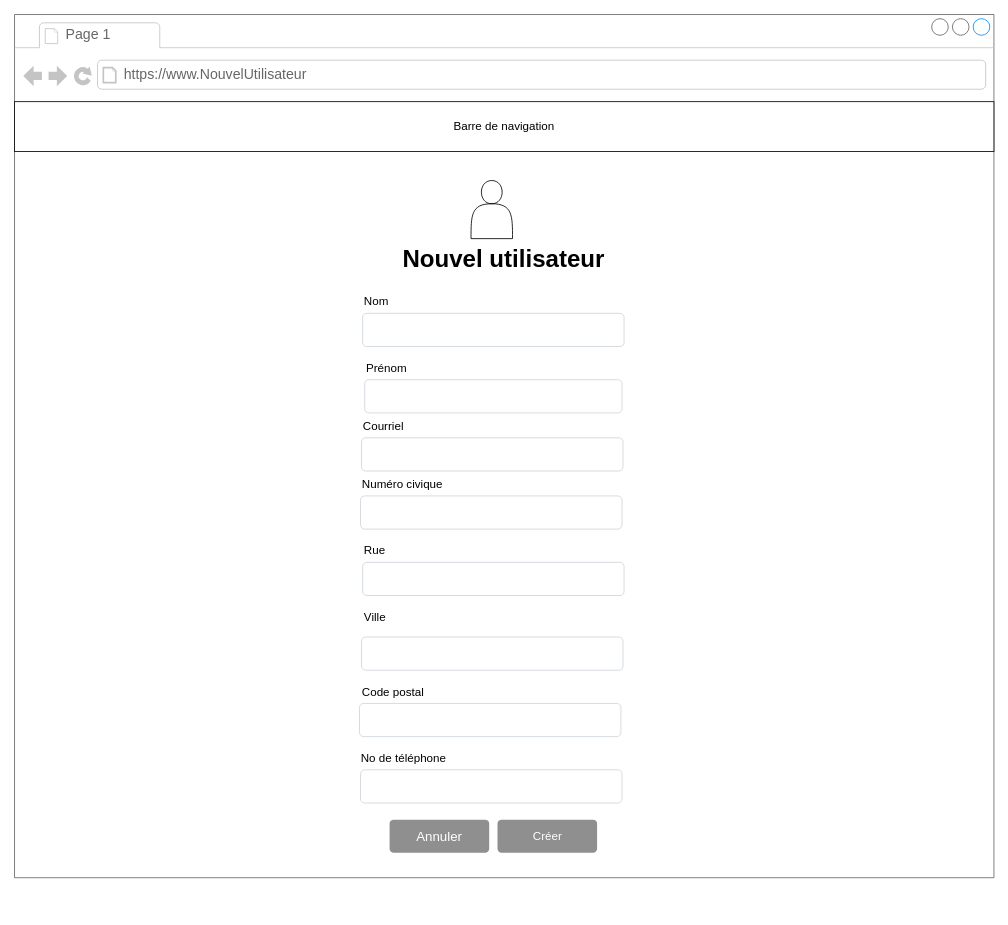
Feelschevreuil/vlisside-Survivor keeps this draw.io diagram as org/diagrammes/wireframes/creer-profil/desktop.drawio. Above is the earlier version. Source tidied: cells renumbered, new cells numbered last; positions are measured from the earlier drawing's top-left corner, leaving out a move shared by most shapes. Both pictures are drawn from the tidied source at 83%, with x=0, y=0 at pixel (14, 14).
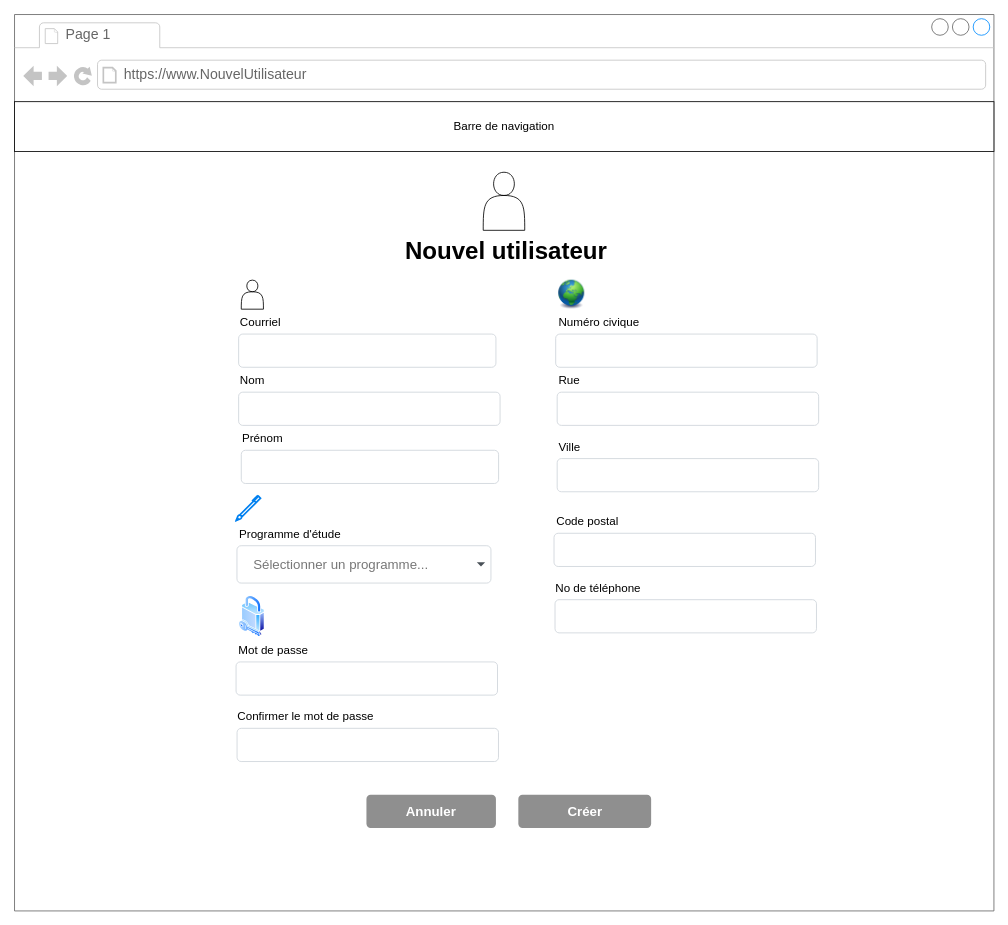
After the change.

The edit, as a diff of the source:
```diff
@@
     <mxCell id="2" style="strokeWidth=1;shadow=0;dashed=0;align=center;html=1;shape=mxgraph.mockup.containers.browserWindow;rSize=0;strokeColor=#666666;strokeColor2=#008cff;strokeColor3=#c4c4c4;mainText=,;" parent="1" vertex="1">
-      <mxGeometry width="1180" height="1040" as="geometry" />
+      <mxGeometry width="1180" height="1080" as="geometry" />
     </mxCell>
@@
     <mxCell id="6" value="Nom" style="fillColor=none;strokeColor=none;align=left;fontSize=14;" parent="2" vertex="1">
-      <mxGeometry x="419.4" y="330" width="100" height="30" as="geometry" />
+      <mxGeometry x="270" y="425" width="100" height="30" as="geometry" />
     </mxCell>
-    <mxCell id="7" style="html=1;shadow=0;dashed=0;shape=mxgraph.bootstrap.rrect;rSize=5;fillColor=#ffffff;strokeColor=#CED4DA;align=left;spacing=15;fontSize=14;fontColor=#6C767D;" parent="2" vertex="1">
-      <mxGeometry x="421.9" y="440" width="310" height="40" as="geometry" />
-    </mxCell>
+    <mxCell id="26" style="html=1;shadow=0;dashed=0;shape=mxgraph.bootstrap.rrect;rSize=5;fillColor=#ffffff;strokeColor=#CED4DA;align=left;spacing=15;fontSize=14;fontColor=#6C767D;" parent="2" vertex="1">
+      <mxGeometry x="273.2" y="525" width="310" height="40" as="geometry" />
+    </mxCell>
     <mxCell id="8" value="Prénom" style="fillColor=none;strokeColor=none;align=left;fontSize=14;" parent="2" vertex="1">
-      <mxGeometry x="421.9" y="410" width="100" height="30" as="geometry" />
+      <mxGeometry x="272.5" y="495" width="100" height="30" as="geometry" />
     </mxCell>
-    <mxCell id="9" style="html=1;shadow=0;dashed=0;shape=mxgraph.bootstrap.rrect;rSize=5;fillColor=#ffffff;strokeColor=#CED4DA;align=left;spacing=15;fontSize=14;fontColor=#6C767D;" parent="2" vertex="1">
-      <mxGeometry x="419.4" y="360" width="315" height="40" as="geometry" />
-    </mxCell>
+    <mxCell id="27" style="html=1;shadow=0;dashed=0;shape=mxgraph.bootstrap.rrect;rSize=5;fillColor=#ffffff;strokeColor=#CED4DA;align=left;spacing=15;fontSize=14;fontColor=#6C767D;" parent="2" vertex="1">
+      <mxGeometry x="270" y="455" width="315" height="40" as="geometry" />
+    </mxCell>
-    <mxCell id="10" value="Créer" style="html=1;shadow=0;dashed=0;shape=mxgraph.bootstrap.rrect;rSize=5;fillColor=#8F8F8F;strokeColor=none;align=center;spacing=15;fontSize=14;fontColor=#ffffff;" parent="2" vertex="1">
-      <mxGeometry x="581.9" y="970" width="120" height="40" as="geometry" />
+    <mxCell id="10" value="Créer" style="html=1;shadow=0;dashed=0;shape=mxgraph.bootstrap.rrect;rSize=5;fillColor=#8F8F8F;strokeColor=none;align=center;spacing=15;fontSize=16;fontColor=#ffffff;fontStyle=1;" parent="2" vertex="1">
+      <mxGeometry x="607" y="940" width="160" height="40" as="geometry" />
     </mxCell>
     <mxCell id="11" value="Ville" style="fillColor=none;strokeColor=none;align=left;fontSize=14;" parent="2" vertex="1">
-      <mxGeometry x="419.4" y="710" width="100" height="30" as="geometry" />
+      <mxGeometry x="653.8" y="505" width="100" height="30" as="geometry" />
     </mxCell>
     <mxCell id="12" value="&lt;font size=&quot;1&quot; style=&quot;&quot;&gt;&lt;b style=&quot;font-size: 29px;&quot;&gt;Nouvel utilisateur&lt;/b&gt;&lt;/font&gt;" style="text;html=1;align=center;verticalAlign=middle;strokeColor=none;fillColor=none;fontSize=14;" parent="2" vertex="1">
-      <mxGeometry x="453.8" y="270" width="270" height="50" as="geometry" />
+      <mxGeometry x="457.4" y="260" width="270" height="50" as="geometry" />
     </mxCell>
-    <mxCell id="13" style="html=1;shadow=0;dashed=0;shape=mxgraph.bootstrap.rrect;rSize=5;fillColor=#ffffff;strokeColor=#CED4DA;align=left;spacing=15;fontSize=14;fontColor=#6C767D;" parent="2" vertex="1">
-      <mxGeometry x="416.9" y="580" width="315" height="40" as="geometry" />
-    </mxCell>
+    <mxCell id="28" style="html=1;shadow=0;dashed=0;shape=mxgraph.bootstrap.rrect;rSize=5;fillColor=#ffffff;strokeColor=#CED4DA;align=left;spacing=15;fontSize=14;fontColor=#6C767D;" parent="2" vertex="1">
+      <mxGeometry x="652" y="385" width="315" height="40" as="geometry" />
+    </mxCell>
     <mxCell id="14" value="Numéro civique" style="fillColor=none;strokeColor=none;align=left;fontSize=14;" parent="2" vertex="1">
-      <mxGeometry x="416.9" y="550" width="100" height="30" as="geometry" />
+      <mxGeometry x="653.8" y="355" width="100" height="30" as="geometry" />
     </mxCell>
-    <mxCell id="15" style="html=1;shadow=0;dashed=0;shape=mxgraph.bootstrap.rrect;rSize=5;fillColor=#ffffff;strokeColor=#CED4DA;align=left;spacing=15;fontSize=14;fontColor=#6C767D;" parent="2" vertex="1">
-      <mxGeometry x="419.4" y="660" width="315" height="40" as="geometry" />
-    </mxCell>
+    <mxCell id="29" style="html=1;shadow=0;dashed=0;shape=mxgraph.bootstrap.rrect;rSize=5;fillColor=#ffffff;strokeColor=#CED4DA;align=left;spacing=15;fontSize=14;fontColor=#6C767D;" parent="2" vertex="1">
+      <mxGeometry x="653.8" y="455" width="315" height="40" as="geometry" />
+    </mxCell>
     <mxCell id="16" value="Rue" style="fillColor=none;strokeColor=none;align=left;fontSize=14;" parent="2" vertex="1">
-      <mxGeometry x="419.4" y="630" width="100" height="30" as="geometry" />
+      <mxGeometry x="653.8" y="425" width="100" height="30" as="geometry" />
     </mxCell>
-    <mxCell id="17" style="html=1;shadow=0;dashed=0;shape=mxgraph.bootstrap.rrect;rSize=5;fillColor=#ffffff;strokeColor=#CED4DA;align=left;spacing=15;fontSize=14;fontColor=#6C767D;" parent="2" vertex="1">
-      <mxGeometry x="416.9" y="910" width="315" height="40" as="geometry" />
-    </mxCell>
+    <mxCell id="30" style="html=1;shadow=0;dashed=0;shape=mxgraph.bootstrap.rrect;rSize=5;fillColor=#ffffff;strokeColor=#CED4DA;align=left;spacing=15;fontSize=14;fontColor=#6C767D;" parent="2" vertex="1">
+      <mxGeometry x="651.2" y="705" width="315" height="40" as="geometry" />
+    </mxCell>
     <mxCell id="18" value="No de téléphone" style="fillColor=none;strokeColor=none;align=left;fontSize=14;" parent="2" vertex="1">
-      <mxGeometry x="415.6" y="880" width="100" height="30" as="geometry" />
+      <mxGeometry x="650" y="675" width="100" height="30" as="geometry" />
     </mxCell>
-    <mxCell id="19" style="shape=actor;whiteSpace=wrap;html=1;" parent="2" vertex="1">
-      <mxGeometry x="550" y="200" width="50" height="70" as="geometry" />
-    </mxCell>
-    <mxCell id="20" style="html=1;shadow=0;dashed=0;shape=mxgraph.bootstrap.rrect;rSize=5;fillColor=#ffffff;strokeColor=#CED4DA;align=left;spacing=15;fontSize=14;fontColor=#6C767D;" parent="2" vertex="1">
-      <mxGeometry x="415.6" y="830" width="315" height="40" as="geometry" />
-    </mxCell>
+    <mxCell id="31" style="shape=actor;whiteSpace=wrap;html=1;" parent="2" vertex="1">
+      <mxGeometry x="564.7" y="190" width="50" height="70" as="geometry" />
+    </mxCell>
+    <mxCell id="32" style="html=1;shadow=0;dashed=0;shape=mxgraph.bootstrap.rrect;rSize=5;fillColor=#ffffff;strokeColor=#CED4DA;align=left;spacing=15;fontSize=14;fontColor=#6C767D;" parent="2" vertex="1">
+      <mxGeometry x="650" y="625" width="315" height="40" as="geometry" />
+    </mxCell>
     <mxCell id="21" value="Code postal" style="fillColor=none;strokeColor=none;align=left;fontSize=14;" parent="2" vertex="1">
-      <mxGeometry x="416.9" y="800" width="100" height="30" as="geometry" />
+      <mxGeometry x="651.2" y="595" width="100" height="30" as="geometry" />
     </mxCell>
-    <mxCell id="22" value="Annuler" style="html=1;shadow=0;dashed=0;shape=mxgraph.bootstrap.rrect;rSize=5;strokeColor=none;strokeWidth=1;fillColor=#8F8F8F;fontColor=#FFFFFF;whiteSpace=wrap;align=center;verticalAlign=middle;spacingLeft=0;fontStyle=0;fontSize=16;spacing=5;" parent="2" vertex="1">
-      <mxGeometry x="451.9" y="970" width="120" height="40" as="geometry" />
+    <mxCell id="22" value="Annuler" style="html=1;shadow=0;dashed=0;shape=mxgraph.bootstrap.rrect;rSize=5;strokeColor=none;strokeWidth=1;fillColor=#8F8F8F;fontColor=#FFFFFF;whiteSpace=wrap;align=center;verticalAlign=middle;spacingLeft=0;fontStyle=1;fontSize=16;spacing=5;" parent="2" vertex="1">
+      <mxGeometry x="424" y="940" width="156" height="40" as="geometry" />
     </mxCell>
-    <mxCell id="23" style="html=1;shadow=0;dashed=0;shape=mxgraph.bootstrap.rrect;rSize=5;fillColor=#ffffff;strokeColor=#CED4DA;align=left;spacing=15;fontSize=14;fontColor=#6C767D;" parent="2" vertex="1">
-      <mxGeometry x="418.1" y="750" width="315" height="40" as="geometry" />
-    </mxCell>
+    <mxCell id="33" style="html=1;shadow=0;dashed=0;shape=mxgraph.bootstrap.rrect;rSize=5;fillColor=#ffffff;strokeColor=#CED4DA;align=left;spacing=15;fontSize=14;fontColor=#6C767D;" parent="2" vertex="1">
+      <mxGeometry x="653.8" y="535" width="315" height="40" as="geometry" />
+    </mxCell>
+    <mxCell id="34" style="html=1;shadow=0;dashed=0;shape=mxgraph.bootstrap.rrect;rSize=5;fillColor=#ffffff;strokeColor=#CED4DA;align=left;spacing=15;fontSize=14;fontColor=#6C767D;" parent="2" vertex="1">
+      <mxGeometry x="270" y="385" width="310" height="40" as="geometry" />
+    </mxCell>
     <mxCell id="24" value="Courriel" style="fillColor=none;strokeColor=none;align=left;fontSize=14;" parent="2" vertex="1">
-      <mxGeometry x="418.1" y="480" width="100" height="30" as="geometry" />
+      <mxGeometry x="270" y="355" width="100" height="30" as="geometry" />
     </mxCell>
-    <mxCell id="25" style="html=1;shadow=0;dashed=0;shape=mxgraph.bootstrap.rrect;rSize=5;fillColor=#ffffff;strokeColor=#CED4DA;align=left;spacing=15;fontSize=14;fontColor=#6C767D;" parent="2" vertex="1">
-      <mxGeometry x="418.1" y="510" width="315" height="40" as="geometry" />
-    </mxCell>
+    <mxCell id="35" style="html=1;shadow=0;dashed=0;shape=mxgraph.bootstrap.rrect;rSize=5;fillColor=#ffffff;strokeColor=#CED4DA;align=left;spacing=15;fontSize=14;fontColor=#6C767D;" parent="2" vertex="1">
+      <mxGeometry x="268.1" y="860" width="315" height="40" as="geometry" />
+    </mxCell>
+    <mxCell id="36" value="Confirmer le mot de passe" style="fillColor=none;strokeColor=none;align=left;fontSize=14;" parent="2" vertex="1">
+      <mxGeometry x="266.9" y="830" width="100" height="30" as="geometry" />
+    </mxCell>
+    <mxCell id="37" style="html=1;shadow=0;dashed=0;shape=mxgraph.bootstrap.rrect;rSize=5;fillColor=#ffffff;strokeColor=#CED4DA;align=left;spacing=15;fontSize=14;fontColor=#6C767D;" parent="2" vertex="1">
+      <mxGeometry x="266.9" y="780" width="315" height="40" as="geometry" />
+    </mxCell>
+    <mxCell id="38" value="Mot de passe" style="fillColor=none;strokeColor=none;align=left;fontSize=14;" parent="2" vertex="1">
+      <mxGeometry x="268.1" y="750" width="100" height="30" as="geometry" />
+    </mxCell>
+    <mxCell id="39" style="perimeter=ellipsePerimeter;html=1;align=center;shadow=0;dashed=0;spacingTop=3;image;image=img/lib/active_directory/security.svg;" parent="2" vertex="1">
+      <mxGeometry x="270.3" y="700" width="31.5" height="50" as="geometry" />
+    </mxCell>
+    <mxCell id="40" style="shape=actor;whiteSpace=wrap;html=1;" parent="2" vertex="1">
+      <mxGeometry x="273.2" y="320" width="26.7" height="35" as="geometry" />
+    </mxCell>
+    <mxCell id="41" value="Sélectionner un programme..." style="html=1;shadow=0;dashed=0;shape=mxgraph.bootstrap.rrect;rSize=5;strokeColor=#CED4DA;strokeWidth=1;fillColor=#ffffff;fontColor=#777777;whiteSpace=wrap;align=left;verticalAlign=middle;fontStyle=0;fontSize=16;spacing=20;" parent="2" vertex="1">
+      <mxGeometry x="268" y="640" width="306" height="45" as="geometry" />
+    </mxCell>
+    <mxCell id="42" style="shape=triangle;direction=south;fillColor=#495057;strokeColor=none;perimeter=none;" parent="41" vertex="1">
+      <mxGeometry x="1" y="0.5" width="10" height="5" relative="1" as="geometry">
+        <mxPoint x="-17" y="-2.5" as="offset" />
+      </mxGeometry>
+    </mxCell>
+    <mxCell id="43" value="Programme d'étude" style="fillColor=none;strokeColor=none;align=left;fontSize=14;" parent="2" vertex="1">
+      <mxGeometry x="269" y="610" width="100" height="30" as="geometry" />
+    </mxCell>
+    <mxCell id="44" style="image;html=1;image=img/lib/clip_art/general/Earth_globe_128x128.png;fontSize=16;strokeColor=#CED4DA;" parent="2" vertex="1">
+      <mxGeometry x="651.2" y="320" width="40" height="35" as="geometry" />
+    </mxCell>
+    <mxCell id="45" style="html=1;verticalLabelPosition=bottom;align=center;labelBackgroundColor=#ffffff;verticalAlign=top;strokeWidth=2;strokeColor=#0080F0;shadow=0;dashed=0;shape=mxgraph.ios7.icons.pen;fontSize=16;" parent="2" vertex="1">
+      <mxGeometry x="267" y="580" width="29.4" height="29.7" as="geometry" />
+    </mxCell>
```
